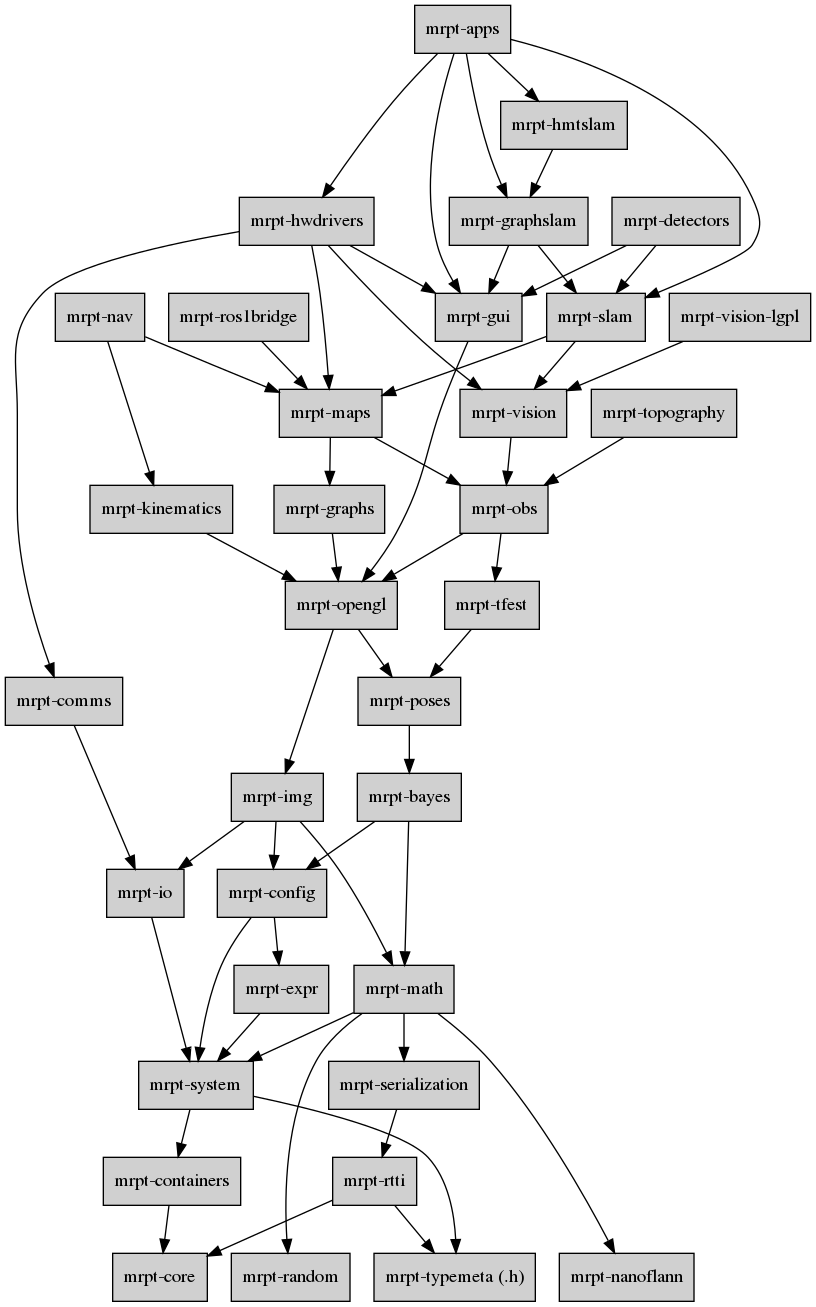
MRPT/mrpt keeps this Graphviz diagram as doc/source/images/graph_mrpt_libs.png. Above is the earlier version. Its source is kept beside it as doc/source/images/graph_mrpt_libs.dot. Its diagram source:
```dot
digraph MRPT_LIBS {

	node [shape=box,style=filled, fillcolor="#D0D0D0"];

	apps [label="mrpt-apps",URL="group_mrpt_bayes_grp.html"];
	apps -> gui;
	apps -> slam;
	apps -> hwdrivers;
	apps -> graphslam;
	apps -> hmtslam;

	bayes [label="mrpt-bayes",URL="group_mrpt_bayes_grp.html"];
	bayes -> math;
	bayes -> config;

	comms [label="mrpt-comms",URL="group_mrpt_comms_grp.html"];
	comms -> io;

	config   [label="mrpt-config",URL="group_mrpt_config_grp.html"];
	config -> expr;
	config -> system;

	containers  [label="mrpt-containers",URL="group_mrpt_containers_grp.html"];
	containers -> core;

	{ rank = sink;
	core       [label="mrpt-core",URL="group_mrpt_core_grp.html"];
	}

	detectors  [label="mrpt-detectors",URL="group_mrpt_detectors_grp.html"];
	detectors -> gui;
	detectors -> slam;

	expr       [label="mrpt-expr",URL="group_mrpt_expr_grp.html"];
	expr -> system;

	graphs     [label="mrpt-graphs",URL="group_mrpt_graphs_grp.html"];
	graphs -> opengl;

	graphslam  [label="mrpt-graphslam",URL="group_mrpt_graphslam_grp.html"];
	graphslam -> gui;
	graphslam -> slam;

	gui        [label="mrpt-gui",URL="group_mrpt_gui_grp.html"];
	gui -> opengl;

	hmtslam    [label="mrpt-hmtslam",URL="group_mrpt_hmtslam_grp.html"];
	hmtslam -> graphslam;

	hwdrivers  [label="mrpt-hwdrivers",URL="group_mrpt_hwdrivers_grp.html"];
	hwdrivers -> comms;
	hwdrivers -> gui;
	hwdrivers -> maps;
	hwdrivers -> vision;

	img [label="mrpt-img",URL="group_mrpt_img_grp.html"];
	img  -> io;
	img  -> math;
	img  -> config;

	io [label="mrpt-io",URL="group_mrpt_io_grp.html"];
	io  -> system;

	kinematics [label="mrpt-kinematics",URL="group_mrpt_kinematics_grp.html"];
	kinematics -> opengl;

	maps       [label="mrpt-maps",URL="group_mrpt_maps_grp.html"];
	maps -> graphs;
	maps -> obs;

	math       [label="mrpt-math",URL="group_mrpt_math_grp.html"];
	math -> serialization;
	math -> random;
	math -> system;
	math -> nanoflann;

	{ rank = sink;
	nanoflann  [label="mrpt-nanoflann",URL="group_nanoflann_grp.html"];
	}

	nav        [label="mrpt-nav",URL="group_mrpt_nav_grp.html"];
	nav -> kinematics;
	nav -> maps;

	obs        [label="mrpt-obs",URL="group_mrpt_obs_grp.html"];
	obs -> opengl;
	obs -> tfest;

	opengl     [label="mrpt-opengl", URL="group_mrpt_opengl_grp.html"];
	opengl -> poses;
	opengl -> img;

	poses     [label="mrpt-poses",URL="group_mrpt_poses_grp.html"];
	poses -> bayes;

	{ rank = sink;
	random     [label="mrpt-random",URL="group_mrpt_random_grp.html"];
	}

	rtti     [label="mrpt-rtti",URL="group_mrpt_rtti_grp.html"];
	rtti -> core;
	rtti -> typemeta;

	ros1bridge   [label="mrpt-ros1bridge", URL="group_mrpt_ros1bridge_grp.html"];
	ros1bridge -> maps;

	serialization [label="mrpt-serialization",URL="group_mrpt_serialization_grp.html"];
	serialization -> rtti;

	slam       [label="mrpt-slam",URL="group_mrpt_slam_grp.html"];
	slam -> maps;
	slam -> vision;

	system     [label="mrpt-system",URL="group_mrpt_system_grp.html"];
	system -> typemeta;
	system -> containers;

	tfest      [label="mrpt-tfest",URL="group_mrpt_tfest_grp.html"];
	tfest -> poses;

	topography [label="mrpt-topography",URL="group_mrpt_topography_grp.html"];
	topography -> obs;

	{ rank = sink;
	typemeta [label="mrpt-typemeta (.h)",URL="group_mrpt_typemeta_grp.html"];
	}

	vision     [label="mrpt-vision",URL="group_mrpt_vision_grp.html"];
	vision -> obs;

	visionlgpl     [label="mrpt-vision-lgpl",URL="group_mrpt_vision_lgpl_grp.html"];
	visionlgpl -> vision;
}
```
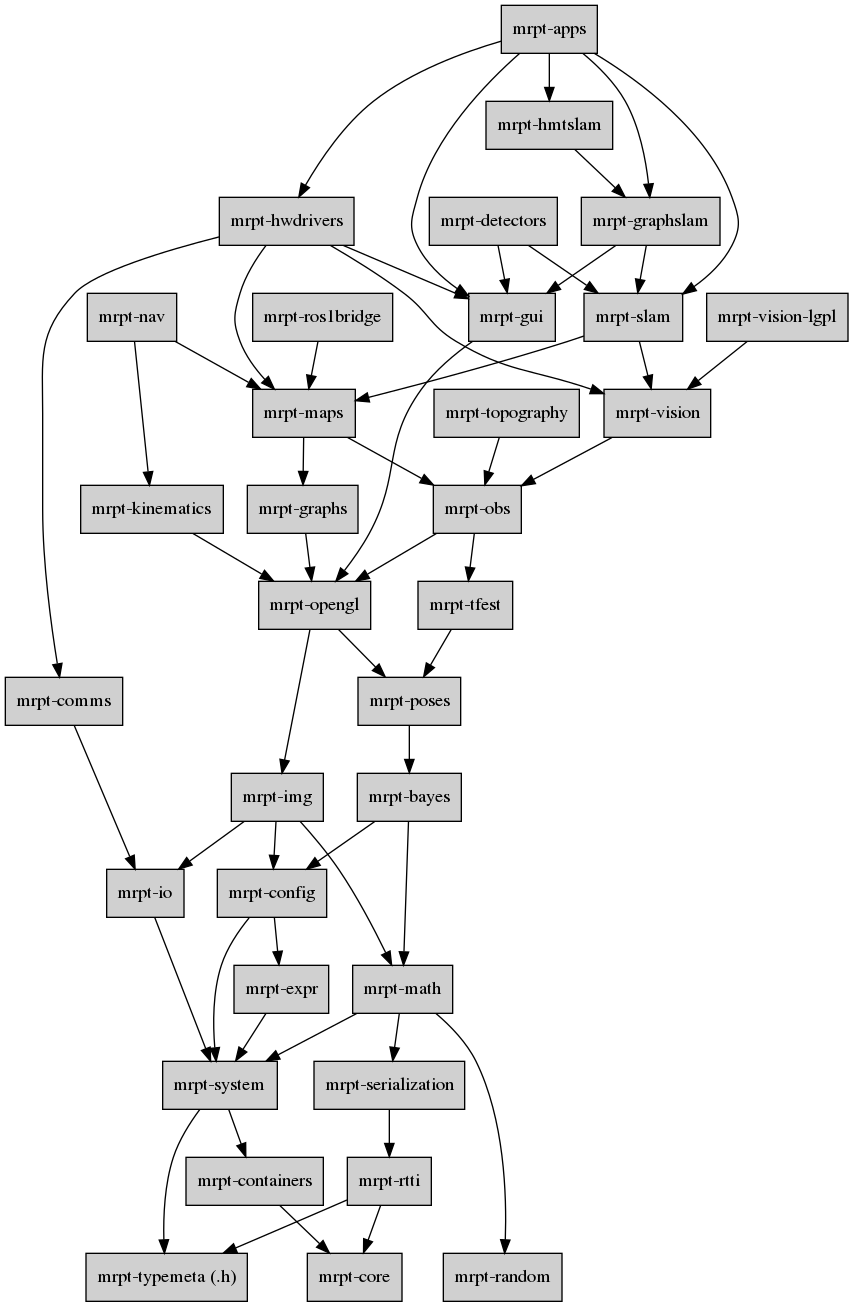
Above is the later version.

Change to the diagram source:
```diff
@@ -72,11 +72,6 @@
 	math -> serialization;
 	math -> random;
 	math -> system;
-	math -> nanoflann;
-
-	{ rank = sink;
-	nanoflann  [label="mrpt-nanoflann",URL="group_nanoflann_grp.html"];
-	}
 
 	nav        [label="mrpt-nav",URL="group_mrpt_nav_grp.html"];
 	nav -> kinematics;
```
